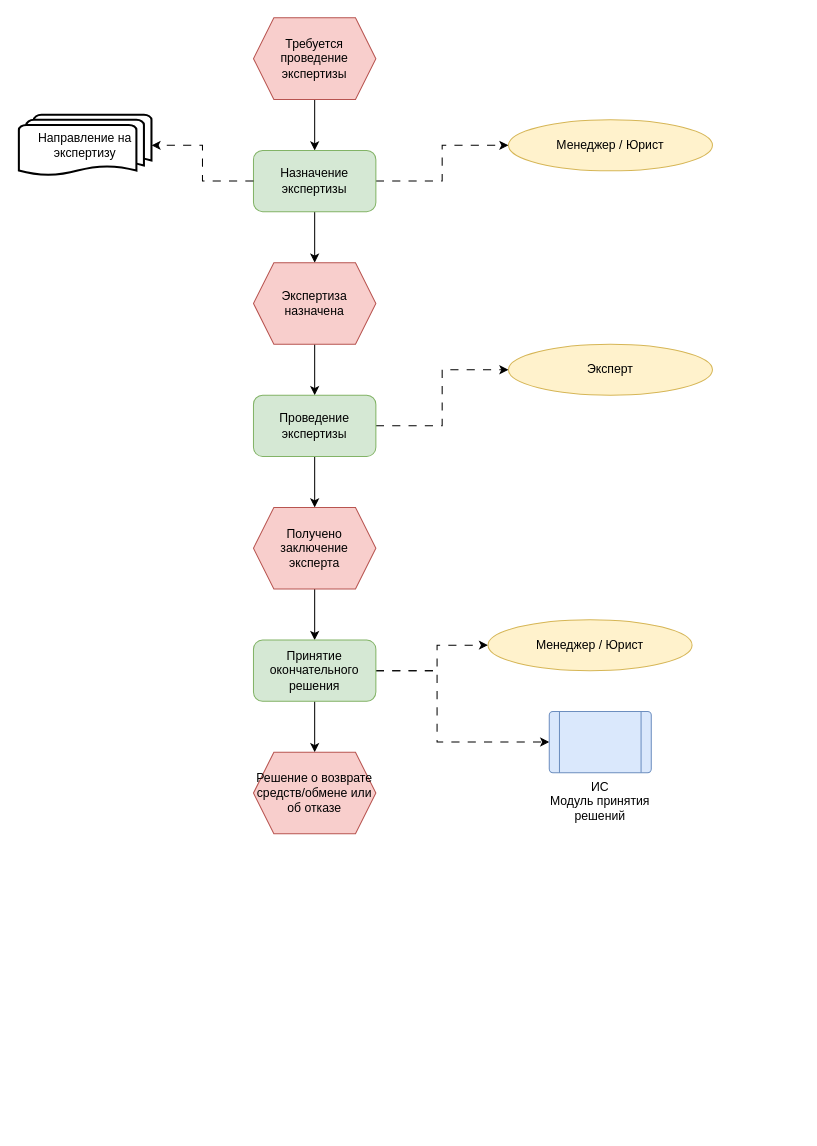
rxzzd/miabp keeps this draw.io diagram as page "Page-2" (2 of 3) of Untitled Diagram.drawio. Above is the earlier version. Source tidied: cells renumbered, new cells numbered last; positions are measured from the earlier drawing's top-left corner, leaving out a move shared by most shapes. Both pictures are drawn from the tidied source at 102%, with x=0, y=0 at pixel (18, 17).
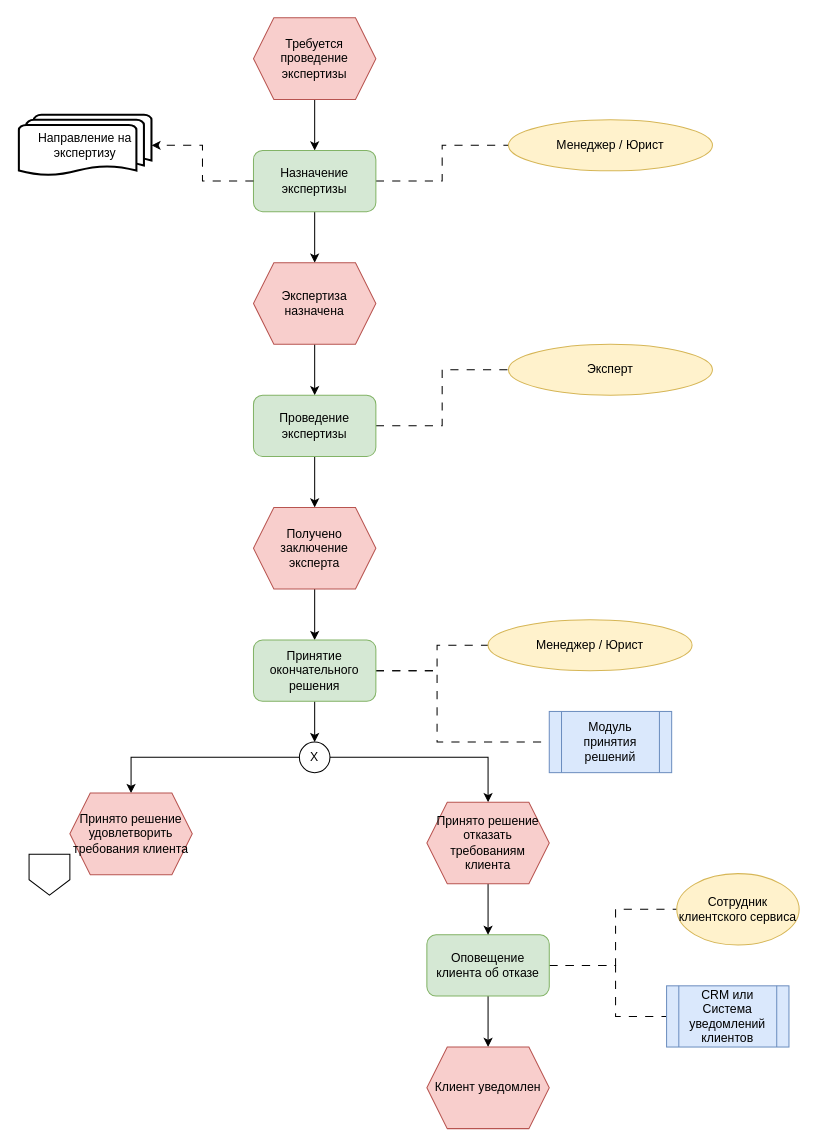
Above is the later version.

The change refers to these unchanged cells:
```xml
<mxCell id="6" value="Назначение экспертизы" style="rounded=1;whiteSpace=wrap;html=1;fillColor=#d5e8d4;strokeColor=#82b366;" parent="1" vertex="1">
  <mxGeometry x="230" y="130" width="120" height="60" as="geometry" />
</mxCell>
<mxCell id="11" value="Проведение экспертизы" style="rounded=1;whiteSpace=wrap;html=1;fillColor=#d5e8d4;strokeColor=#82b366;" parent="1" vertex="1">
  <mxGeometry x="230" y="370" width="120" height="60" as="geometry" />
</mxCell>
<mxCell id="17" value="Принятие окончательного решения" style="rounded=1;whiteSpace=wrap;html=1;fillColor=#d5e8d4;strokeColor=#82b366;" parent="1" vertex="1">
  <mxGeometry x="230" y="610" width="120" height="60" as="geometry" />
</mxCell>
<mxCell id="19" value="Менеджер / Юрист" style="ellipse;whiteSpace=wrap;html=1;fillColor=#fff2cc;strokeColor=#d6b656;" parent="1" vertex="1">
  <mxGeometry x="480" y="100" width="200" height="50" as="geometry" />
</mxCell>
<mxCell id="22" value="Эксперт" style="ellipse;whiteSpace=wrap;html=1;fillColor=#fff2cc;strokeColor=#d6b656;" parent="1" vertex="1">
  <mxGeometry x="480" y="320" width="200" height="50" as="geometry" />
</mxCell>
<mxCell id="23" value="Менеджер / Юрист" style="ellipse;whiteSpace=wrap;html=1;fillColor=#fff2cc;strokeColor=#d6b656;" parent="1" vertex="1">
  <mxGeometry x="460" y="590" width="200" height="50" as="geometry" />
</mxCell>
```

The edit, as a diff of the source:
```diff
@@
-    <mxCell id="5" style="edgeStyle=orthogonalEdgeStyle;rounded=0;jettySize=auto;html=1;entryX=0;entryY=0.5;entryDx=0;entryDy=0;dashed=1;dashPattern=8 8;" parent="1" edge="1" source="6" target="19">
+    <mxCell id="5" style="edgeStyle=orthogonalEdgeStyle;rounded=0;jettySize=auto;html=1;entryX=0;entryY=0.5;entryDx=0;entryDy=0;dashed=1;dashPattern=8 8;endArrow=none;startFill=0;" parent="1" edge="1" source="6" target="19">
       <mxGeometry relative="1" as="geometry" />
     </mxCell>
@@
-    <mxCell id="10" style="edgeStyle=orthogonalEdgeStyle;rounded=0;jettySize=auto;html=1;entryX=0;entryY=0.5;entryDx=0;entryDy=0;dashed=1;dashPattern=8 8;" parent="1" edge="1" source="11" target="22">
+    <mxCell id="10" style="edgeStyle=orthogonalEdgeStyle;rounded=0;jettySize=auto;html=1;entryX=0;entryY=0.5;entryDx=0;entryDy=0;dashed=1;dashPattern=8 8;endArrow=none;startFill=0;" parent="1" edge="1" source="11" target="22">
       <mxGeometry relative="1" as="geometry" />
     </mxCell>
@@
-    <mxCell id="14" style="edgeStyle=orthogonalEdgeStyle;rounded=0;jettySize=auto;html=1;entryX=0.5;entryY=0;entryDx=0;entryDy=0;" parent="1" edge="1" source="17" target="18">
+    <mxCell id="14" style="edgeStyle=orthogonalEdgeStyle;rounded=0;jettySize=auto;html=1;entryX=0.5;entryY=0;entryDx=0;entryDy=0;" parent="1" edge="1" source="17" target="28">
       <mxGeometry relative="1" as="geometry" />
     </mxCell>
-    <mxCell id="15" style="edgeStyle=orthogonalEdgeStyle;rounded=0;jettySize=auto;html=1;entryX=0;entryY=0.5;entryDx=0;entryDy=0;dashed=1;dashPattern=8 8;" parent="1" edge="1" source="17" target="23">
+    <mxCell id="15" style="edgeStyle=orthogonalEdgeStyle;rounded=0;jettySize=auto;html=1;entryX=0;entryY=0.5;entryDx=0;entryDy=0;dashed=1;dashPattern=8 8;endArrow=none;startFill=0;" parent="1" edge="1" source="17" target="23">
       <mxGeometry relative="1" as="geometry">
         <Array as="points">
           <mxPoint x="410" y="640" />
           <mxPoint x="410" y="615" />
         </Array>
       </mxGeometry>
     </mxCell>
-    <mxCell id="16" style="edgeStyle=orthogonalEdgeStyle;rounded=0;jettySize=auto;html=1;entryX=0;entryY=0.5;entryDx=0;entryDy=0;dashed=1;dashPattern=8 8;" parent="1" edge="1" source="17" target="24">
+    <mxCell id="16" style="edgeStyle=orthogonalEdgeStyle;rounded=0;jettySize=auto;html=1;entryX=0;entryY=0.5;entryDx=0;entryDy=0;dashed=1;dashPattern=8 8;endArrow=none;startFill=0;" parent="1" edge="1" source="17">
       <mxGeometry relative="1" as="geometry">
+        <mxPoint x="520" y="710" as="targetPoint" />
         <Array as="points">
           <mxPoint x="410" y="640" />
           <mxPoint x="410" y="710" />
         </Array>
       </mxGeometry>
     </mxCell>
@@
-    <mxCell id="18" value="Решение о возврате средств/обмене или об отказе" style="shape=hexagon;perimeter=hexagonPerimeter2;whiteSpace=wrap;html=1;fixedSize=1;fillColor=#f8cecc;strokeColor=#b85450;" parent="1" vertex="1">
-      <mxGeometry x="230" y="720" width="120" height="80" as="geometry" />
-    </mxCell>
@@
-    <mxCell id="24" value="ИС&lt;div&gt;Модуль принятия решений&lt;/div&gt;" style="verticalLabelPosition=bottom;verticalAlign=top;html=1;shape=process;whiteSpace=wrap;rounded=1;size=0.09999999999999773;arcSize=6;fillColor=#dae8fc;strokeColor=#6c8ebf;" parent="1" vertex="1">
-      <mxGeometry x="520" y="680" width="100" height="60" as="geometry" />
-    </mxCell>
+    <mxCell id="25" value="&lt;div&gt;Модуль принятия решений&lt;/div&gt;" style="shape=process;whiteSpace=wrap;html=1;backgroundOutline=1;fillColor=#dae8fc;strokeColor=#6c8ebf;" parent="1" vertex="1">
+      <mxGeometry x="520" y="680" width="120" height="60" as="geometry" />
+    </mxCell>
+    <mxCell id="26" style="edgeStyle=orthogonalEdgeStyle;rounded=0;jettySize=auto;html=1;entryX=0.5;entryY=0;entryDx=0;entryDy=0;" parent="1" edge="1" source="28" target="38">
+      <mxGeometry relative="1" as="geometry" />
+    </mxCell>
+    <mxCell id="27" style="edgeStyle=orthogonalEdgeStyle;rounded=0;jettySize=auto;html=1;entryX=0.5;entryY=0;entryDx=0;entryDy=0;" parent="1" edge="1" source="28" target="36">
+      <mxGeometry relative="1" as="geometry" />
+    </mxCell>
+    <mxCell id="28" value="X" style="ellipse;whiteSpace=wrap;html=1;" parent="1" vertex="1">
+      <mxGeometry x="275" y="710" width="30" height="30" as="geometry" />
+    </mxCell>
+    <mxCell id="29" style="edgeStyle=orthogonalEdgeStyle;rounded=0;jettySize=auto;html=1;entryX=0.5;entryY=0;entryDx=0;entryDy=0;" parent="1" edge="1" source="32" target="33">
+      <mxGeometry relative="1" as="geometry" />
+    </mxCell>
+    <mxCell id="30" style="edgeStyle=orthogonalEdgeStyle;rounded=0;jettySize=auto;html=1;entryX=0;entryY=0.5;entryDx=0;entryDy=0;dashed=1;dashPattern=8 8;endArrow=none;startFill=0;" parent="1" edge="1" source="32" target="34">
+      <mxGeometry relative="1" as="geometry">
+        <Array as="points">
+          <mxPoint x="585" y="929" />
+          <mxPoint x="585" y="874" />
+        </Array>
+      </mxGeometry>
+    </mxCell>
+    <mxCell id="31" style="edgeStyle=orthogonalEdgeStyle;rounded=0;jettySize=auto;html=1;entryX=0;entryY=0.5;entryDx=0;entryDy=0;dashed=1;dashPattern=8 8;endArrow=none;startFill=0;" parent="1" edge="1" source="32" target="35">
+      <mxGeometry relative="1" as="geometry">
+        <Array as="points">
+          <mxPoint x="585" y="929" />
+          <mxPoint x="585" y="979" />
+        </Array>
+      </mxGeometry>
+    </mxCell>
+    <mxCell id="32" value="Оповещение клиента об отказе" style="rounded=1;whiteSpace=wrap;html=1;fillColor=#d5e8d4;strokeColor=#82b366;" parent="1" vertex="1">
+      <mxGeometry x="400" y="899" width="120" height="60" as="geometry" />
+    </mxCell>
+    <mxCell id="33" value="Клиент уведомлен" style="shape=hexagon;perimeter=hexagonPerimeter2;whiteSpace=wrap;html=1;fixedSize=1;fillColor=#f8cecc;strokeColor=#b85450;" parent="1" vertex="1">
+      <mxGeometry x="400" y="1009" width="120" height="80" as="geometry" />
+    </mxCell>
+    <mxCell id="34" value="Сотрудник клиентского сервиса" style="ellipse;whiteSpace=wrap;html=1;fillColor=#fff2cc;strokeColor=#d6b656;" parent="1" vertex="1">
+      <mxGeometry x="645" y="839" width="120" height="70" as="geometry" />
+    </mxCell>
+    <mxCell id="35" value="CRM или Система уведомлений клиентов" style="shape=process;whiteSpace=wrap;html=1;backgroundOutline=1;fillColor=#dae8fc;strokeColor=#6c8ebf;" parent="1" vertex="1">
+      <mxGeometry x="635" y="949" width="120" height="60" as="geometry" />
+    </mxCell>
+    <mxCell id="36" value="Принято решение удовлетворить требования клиента" style="shape=hexagon;perimeter=hexagonPerimeter2;whiteSpace=wrap;html=1;fixedSize=1;fillColor=#f8cecc;strokeColor=#b85450;" parent="1" vertex="1">
+      <mxGeometry x="50" y="760" width="120" height="80" as="geometry" />
+    </mxCell>
+    <mxCell id="37" style="edgeStyle=orthogonalEdgeStyle;rounded=0;jettySize=auto;html=1;entryX=0.5;entryY=0;entryDx=0;entryDy=0;" parent="1" edge="1" source="38" target="32">
+      <mxGeometry relative="1" as="geometry" />
+    </mxCell>
+    <mxCell id="38" value="Принято решение отказать требованиям клиента" style="shape=hexagon;perimeter=hexagonPerimeter2;whiteSpace=wrap;html=1;fixedSize=1;fillColor=#f8cecc;strokeColor=#b85450;" parent="1" vertex="1">
+      <mxGeometry x="400" y="769" width="120" height="80" as="geometry" />
+    </mxCell>
+    <mxCell id="39" style="shape=offPageConnector;whiteSpace=wrap;html=1;" parent="1" vertex="1">
+      <mxGeometry x="10" y="820" width="40" height="40" as="geometry" />
+    </mxCell>
```
